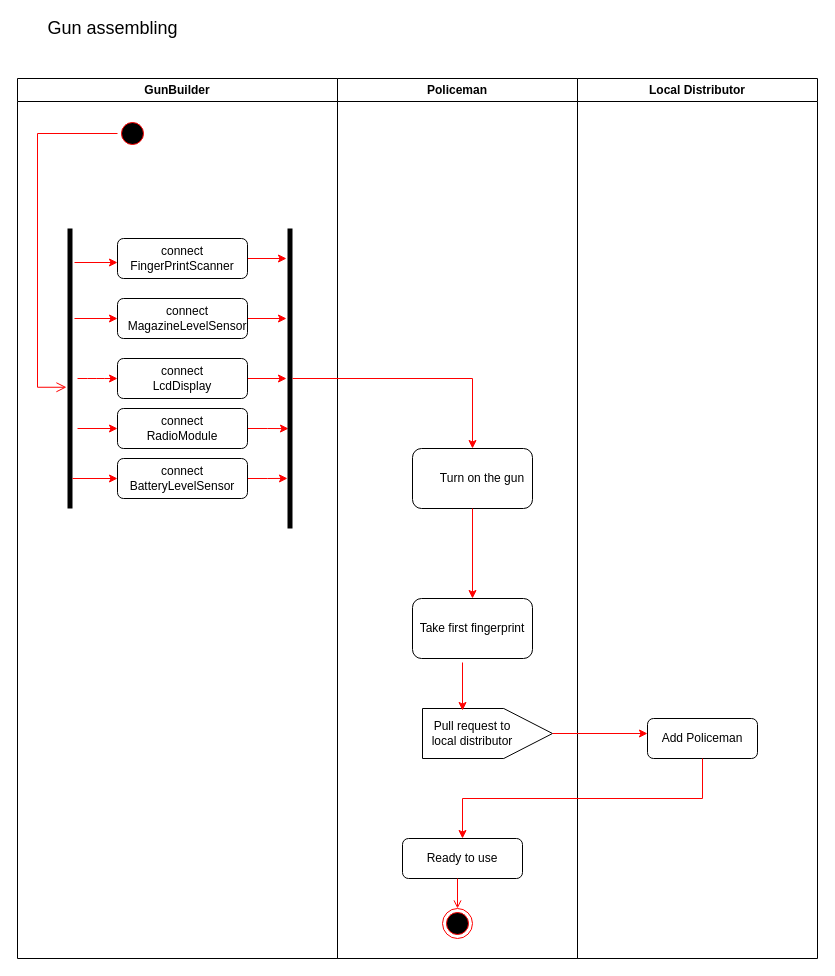
The draw.io diagram third_diagrqm.drawio in mardyr/UML-and-diagrams, before the edit. Source tidied: cells renumbered, new cells numbered last; positions are measured from the earlier drawing's top-left corner, leaving out a move shared by most shapes. Both pictures are drawn from the tidied source at 100%, with x=0, y=0 at pixel (17, 18).
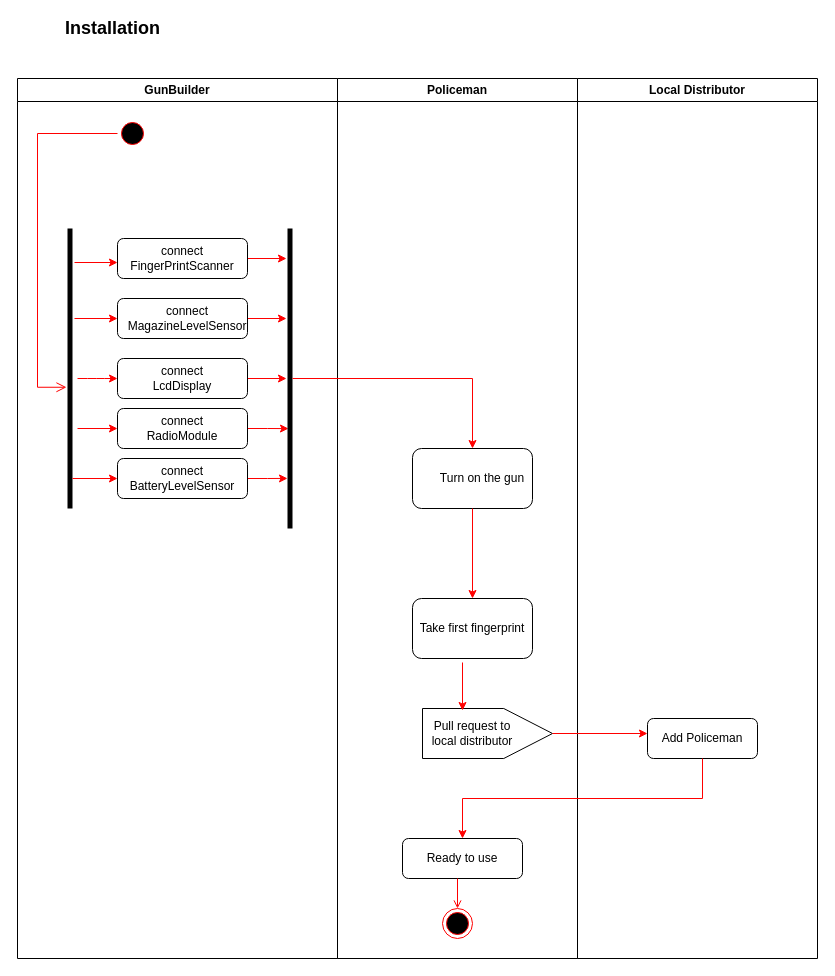
After the change.

The edit, as a diff of the source:
```diff
@@
-    <mxCell id="40" value="&lt;font style=&quot;font-size: 18px&quot;&gt;Gun assembling&lt;/font&gt;" style="text;html=1;align=center;verticalAlign=middle;" parent="1" vertex="1">
-      <mxGeometry x="20" width="150" height="20" as="geometry" />
+    <mxCell id="40" value="&lt;font style=&quot;font-size: 18px&quot;&gt;&lt;b&gt;&lt;font style=&quot;font-size: 18px&quot;&gt;Installation&lt;/font&gt;&lt;/b&gt;&lt;/font&gt;" style="text;html=1;align=center;verticalAlign=middle;" parent="1" vertex="1">
+      <mxGeometry x="40" width="110" height="20" as="geometry" />
     </mxCell>
```
